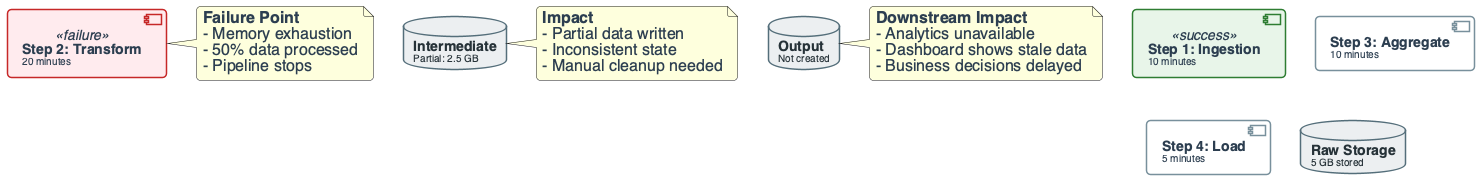
This is diagrams/week01/week1_lecture_slide35_failure.png from OrPerets/data-engineering-course, a PlantUML export, as it was before one commit.
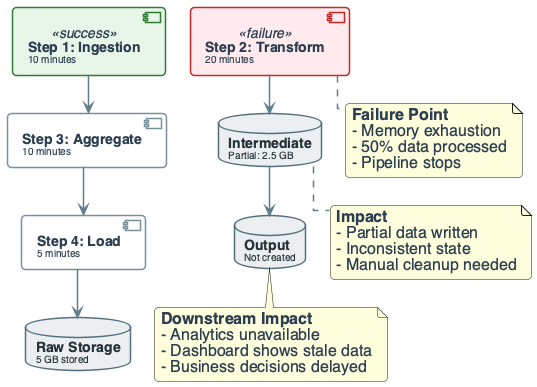
Later version of the same file.

The edit, as a diff of the source:
```diff
@@ -5,8 +5,8 @@
 skinparam shadowing false
 skinparam roundcorner 8
 skinparam handwritten false
-skinparam nodesep 30
-skinparam ranksep 40
+skinparam nodesep 24
+skinparam ranksep 28
 
 skinparam defaultFontName "Segoe UI, Helvetica, sans-serif"
 skinparam defaultFontSize 16
@@ -118,35 +118,42 @@
 }
 
 
+
 component "**Step 1: Ingestion**\n<size:10>10 minutes</size>" as STEP1 <<success>>
-
 component "**Step 2: Transform**\n<size:10>20 minutes</size>" as STEP2 <<failure>>
 
 component "**Step 3: Aggregate**\n<size:10>10 minutes</size>" as STEP3
+database "**Intermediate**\n<size:10>Partial: 2.5 GB</size>" as INTERMEDIATE
 
 component "**Step 4: Load**\n<size:10>5 minutes</size>" as STEP4
+database "**Output**\n<size:10>Not created</size>" as OUTPUT
 
 database "**Raw Storage**\n<size:10>5 GB stored</size>" as RAW
 
-database "**Intermediate**\n<size:10>Partial: 2.5 GB</size>" as INTERMEDIATE
+STEP1 -[hidden]right- STEP2
 
-database "**Output**\n<size:10>Not created</size>" as OUTPUT
+STEP1 --> STEP3
+STEP3 --> STEP4
+STEP4 --> RAW
 
-note right of STEP2
+STEP2 --> INTERMEDIATE
+INTERMEDIATE --> OUTPUT
+
+note bottom of STEP2
   **Failure Point**
   - Memory exhaustion
   - 50% data processed
   - Pipeline stops
 end note
 
-note right of INTERMEDIATE
+note bottom of INTERMEDIATE
   **Impact**
   - Partial data written
   - Inconsistent state
   - Manual cleanup needed
 end note
 
-note right of OUTPUT
+note bottom of OUTPUT
   **Downstream Impact**
   - Analytics unavailable
   - Dashboard shows stale data
```
